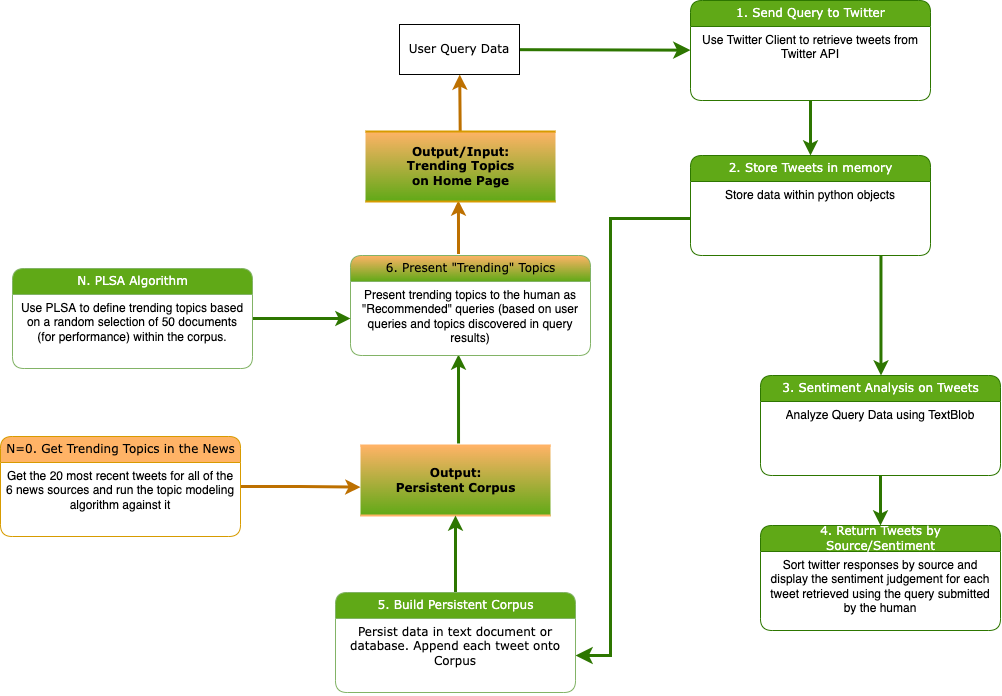
PeterWJefferson/CourseProject keeps this draw.io diagram as .docs/Process Model.png. Above is the earlier version. Source tidied: cells renumbered, new cells last; positions are measured from the earlier drawing's top-left corner, leaving out a move shared by most shapes.
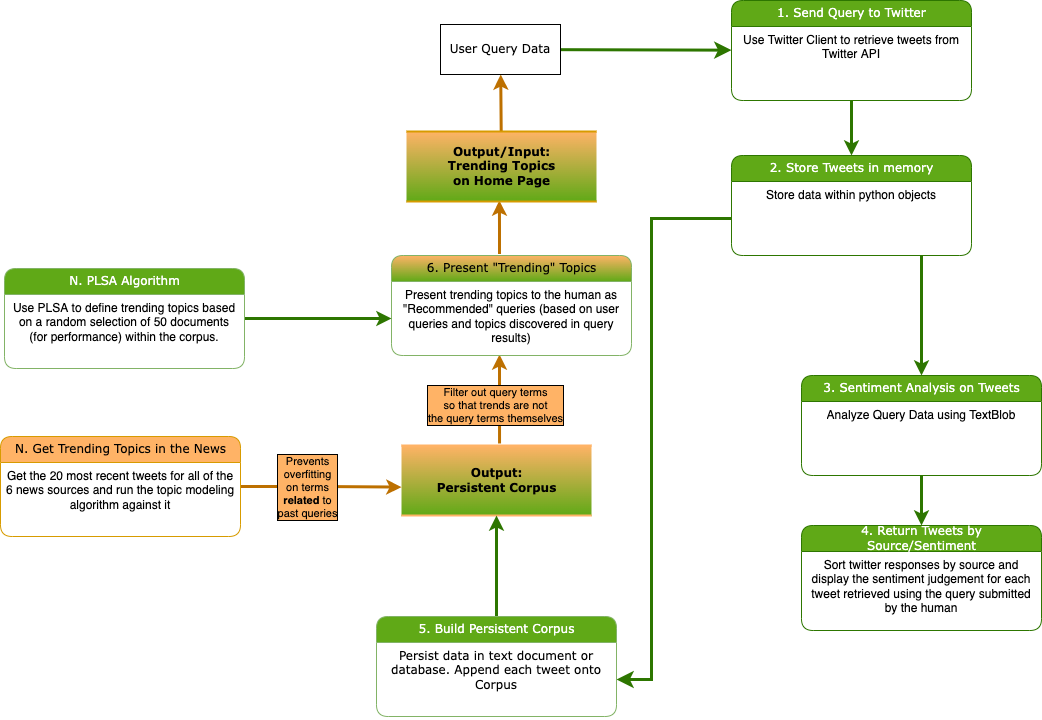
Later version of the same file.

Commit message:
docs: adds details to process model, updates file names

The edit, as a diff of the source:
```diff
@@ -2,7 +2,7 @@
   <root>
     <mxCell id="0" />
     <mxCell id="1" parent="0" />
-    <mxCell id="2" style="edgeStyle=orthogonalEdgeStyle;rounded=0;jettySize=auto;html=1;exitX=0.516;exitY=-0.029;exitDx=0;exitDy=0;exitPerimeter=0;entryX=0.45;entryY=0.986;entryDx=0;entryDy=0;entryPerimeter=0;strokeWidth=3;fillColor=#60a917;strokeColor=#2D7600;" parent="1" edge="1" source="3" target="21">
+    <mxCell id="2" style="edgeStyle=orthogonalEdgeStyle;rounded=0;jettySize=auto;html=1;exitX=0.516;exitY=-0.029;exitDx=0;exitDy=0;exitPerimeter=0;entryX=0.45;entryY=0.986;entryDx=0;entryDy=0;entryPerimeter=0;strokeWidth=3;fillColor=#60a917;strokeColor=#BD7000;" parent="1" edge="1" source="3" target="21">
       <mxGeometry relative="1" as="geometry" />
     </mxCell>
     <mxCell id="3" value="&lt;b&gt;Output:&lt;br&gt;Persistent Corpus&lt;/b&gt;" style="html=1;rounded=0;shadow=0;comic=0;labelBackgroundColor=none;strokeWidth=2;fontFamily=Verdana;fontSize=12;align=center;shape=mxgraph.ios7ui.horLines;fillColor=#60A917;strokeColor=#FFB366;gradientColor=#FFB366;gradientDirection=north;" parent="1" vertex="1">
@@ -74,8 +74,13 @@
     <mxCell id="23" style="edgeStyle=orthogonalEdgeStyle;html=1;strokeWidth=3;fillColor=#60a917;strokeColor=#2D7600;" parent="1" edge="1" source="24" target="3">
       <mxGeometry relative="1" as="geometry" />
     </mxCell>
+    <mxCell id="32" value="Filter out query terms&lt;br&gt;so that trends are not&lt;br&gt;the query terms themselves" style="edgeLabel;html=1;align=center;verticalAlign=middle;labelBorderColor=default;labelBackgroundColor=#FFB366;" parent="23" vertex="1">
+      <mxGeometry x="-0.19" y="-2" relative="1" as="geometry">
+        <mxPoint x="-4" y="-171" as="offset" />
+      </mxGeometry>
+    </mxCell>
     <mxCell id="24" value="&lt;font color=&quot;#ffffff&quot;&gt;5. Build Persistent Corpus&lt;/font&gt;" style="swimlane;html=1;fontStyle=0;horizontal=1;startSize=26;fillColor=#60A917;swimlaneFillColor=#ffffff;align=center;rounded=1;shadow=0;comic=0;labelBackgroundColor=none;strokeWidth=1;fontFamily=Verdana;fontSize=12;strokeColor=#82b366;" parent="1" vertex="1">
-      <mxGeometry x="335" y="592" width="240" height="100" as="geometry" />
+      <mxGeometry x="335" y="616" width="240" height="100" as="geometry" />
     </mxCell>
     <mxCell id="25" value="&lt;span style=&quot;font-family: &amp;#34;verdana&amp;#34;&quot;&gt;Persist data in text&amp;nbsp;&lt;/span&gt;&lt;span style=&quot;font-family: &amp;#34;verdana&amp;#34;&quot;&gt;document or database. Append each tweet onto Corpus&lt;/span&gt;" style="text;html=1;strokeColor=none;fillColor=none;spacingLeft=4;spacingRight=4;whiteSpace=wrap;overflow=hidden;points=[[0,0.5],[1,0.5]];portConstraint=eastwest;align=center;" parent="24" vertex="1">
       <mxGeometry y="26" width="240" height="74" as="geometry" />
@@ -83,8 +88,11 @@
     <mxCell id="26" style="edgeStyle=orthogonalEdgeStyle;html=1;rounded=0;entryX=0;entryY=0.595;entryDx=0;entryDy=0;entryPerimeter=0;fillColor=#f0a30a;strokeColor=#BD7000;strokeWidth=3;" parent="1" edge="1" source="27" target="3">
       <mxGeometry relative="1" as="geometry" />
     </mxCell>
+    <mxCell id="33" value="Prevents&lt;br&gt;overfitting&lt;br&gt;on terms&lt;br&gt;&lt;b&gt;related&lt;/b&gt; to&lt;br&gt;past queries" style="edgeLabel;html=1;align=center;verticalAlign=middle;labelBorderColor=default;labelBackgroundColor=#FFB366;" parent="26" vertex="1">
+      <mxGeometry x="-0.19" relative="1" as="geometry" />
+    </mxCell>
-    <mxCell id="27" value="N=0. Get Trending Topics in the News" style="swimlane;html=1;fontStyle=0;horizontal=1;startSize=26;fillColor=#FFB366;swimlaneFillColor=#ffffff;align=center;rounded=1;shadow=0;comic=0;labelBackgroundColor=none;strokeWidth=1;fontFamily=Verdana;fontSize=12;strokeColor=#d79b00;" parent="1" vertex="1">
-      <mxGeometry y="436" width="240" height="100" as="geometry" />
+    <mxCell id="27" value="N. Get Trending Topics in the News" style="swimlane;html=1;fontStyle=0;horizontal=1;startSize=26;fillColor=#FFB366;swimlaneFillColor=#ffffff;align=center;rounded=1;shadow=0;comic=0;labelBackgroundColor=none;strokeWidth=1;fontFamily=Verdana;fontSize=12;strokeColor=#d79b00;" parent="1" vertex="1">
+      <mxGeometry x="-41" y="436" width="240" height="100" as="geometry" />
     </mxCell>
     <mxCell id="28" value="Get the 20 most recent tweets for all of the 6 news sources and run the topic modeling algorithm against it" style="text;html=1;strokeColor=none;fillColor=none;spacingLeft=4;spacingRight=4;whiteSpace=wrap;overflow=hidden;align=center;" parent="27" vertex="1">
       <mxGeometry y="26" width="240" height="74" as="geometry" />
@@ -93,7 +101,7 @@
       <mxGeometry relative="1" as="geometry" />
     </mxCell>
     <mxCell id="30" value="&lt;font color=&quot;#ffffff&quot;&gt;N. PLSA Algorithm&lt;/font&gt;" style="swimlane;html=1;fontStyle=0;horizontal=1;startSize=26;fillColor=#60A917;swimlaneFillColor=#ffffff;align=center;rounded=1;shadow=0;comic=0;labelBackgroundColor=none;strokeWidth=1;fontFamily=Verdana;fontSize=12;strokeColor=#82B366;" parent="1" vertex="1">
-      <mxGeometry x="12" y="268" width="240" height="100" as="geometry" />
+      <mxGeometry x="-37" y="268" width="240" height="100" as="geometry" />
     </mxCell>
     <mxCell id="31" value="Use PLSA to define trending topics based on a random selection of 50 documents (for performance)&amp;nbsp;within the corpus." style="text;html=1;strokeColor=none;fillColor=none;spacingLeft=4;spacingRight=4;whiteSpace=wrap;overflow=hidden;align=center;" parent="30" vertex="1">
       <mxGeometry y="26" width="240" height="74" as="geometry" />
```
